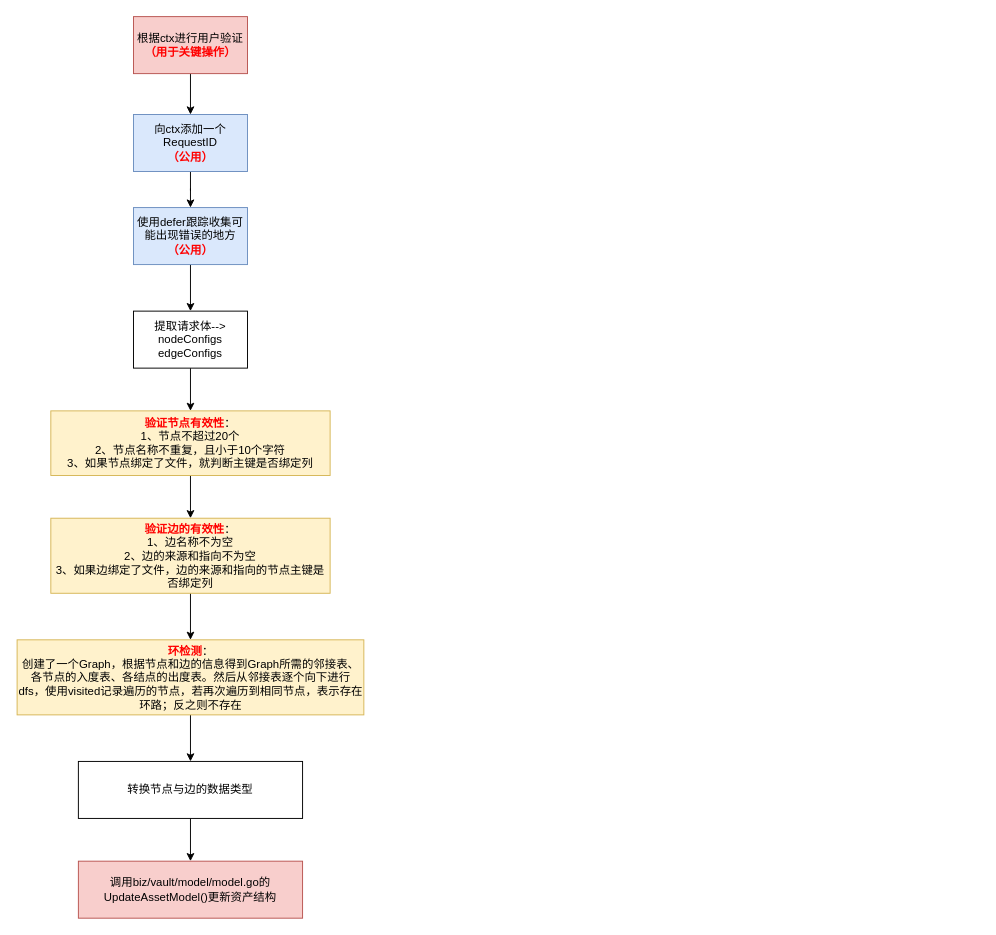
Earlier version of the draw.io diagram easm_caasm.drawio (zecraid/draw_repo). Source tidied: cells renumbered, new cells numbered last; positions are measured from the earlier drawing's top-left corner, leaving out a move shared by most shapes. Both pictures are drawn from the tidied source at 95%, with x=0, y=0 at pixel (16, 16).
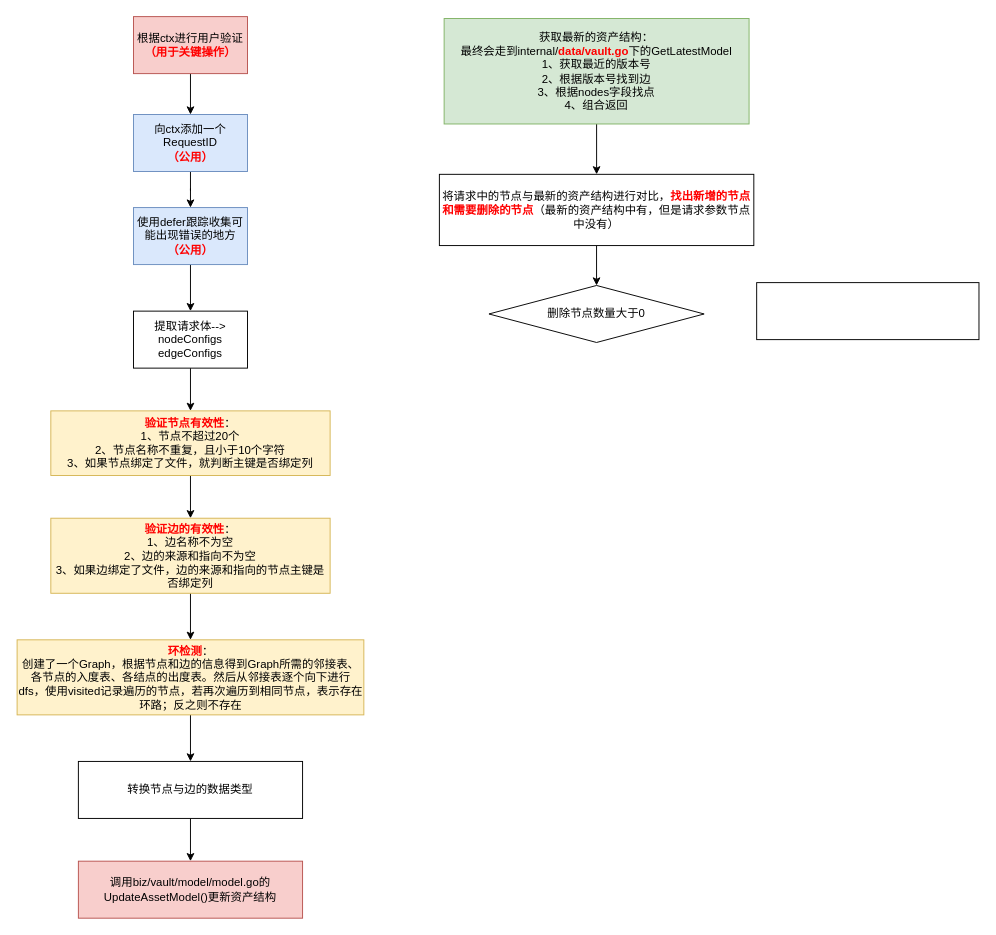
The same diagram, later.

Change to the diagram source:
```diff
@@
+    <mxCell id="19" style="edgeStyle=orthogonalEdgeStyle;rounded=0;jettySize=auto;html=1;entryX=0.5;entryY=0;entryDx=0;entryDy=0;" parent="1" edge="1" source="20" target="22">
+      <mxGeometry relative="1" as="geometry" />
+    </mxCell>
+    <mxCell id="20" value="获取最新的资产结构：&lt;div&gt;最终会走到internal/&lt;b&gt;&lt;font color=&quot;#ff0000&quot;&gt;data/vault.go&lt;/font&gt;&lt;/b&gt;下的&lt;span style=&quot;background-color: initial;&quot;&gt;GetLatestModel&lt;/span&gt;&lt;/div&gt;&lt;div&gt;&lt;span style=&quot;background-color: initial;&quot;&gt;1、获取最近的版本号&lt;/span&gt;&lt;/div&gt;&lt;div&gt;&lt;span style=&quot;background-color: initial;&quot;&gt;2、根据版本号找到边&lt;/span&gt;&lt;/div&gt;&lt;div&gt;&lt;span style=&quot;background-color: initial;&quot;&gt;3、根据nodes字段找点&lt;/span&gt;&lt;/div&gt;&lt;div&gt;&lt;span style=&quot;background-color: initial;&quot;&gt;4、组合返回&lt;/span&gt;&lt;/div&gt;" style="rounded=0;whiteSpace=wrap;html=1;fillColor=#d5e8d4;strokeColor=#82b366;" parent="1" vertex="1">
+      <mxGeometry x="450" y="2" width="321" height="111" as="geometry" />
+    </mxCell>
+    <mxCell id="21" style="edgeStyle=orthogonalEdgeStyle;rounded=0;jettySize=auto;html=1;entryX=0.5;entryY=0;entryDx=0;entryDy=0;" parent="1" edge="1" source="22" target="23">
+      <mxGeometry relative="1" as="geometry" />
+    </mxCell>
+    <mxCell id="22" value="将请求中的节点与最新的资产结构进行对比，&lt;b&gt;&lt;font color=&quot;#ff0000&quot;&gt;找出新增的节点和需要删除的节点&lt;/font&gt;&lt;/b&gt;（最新的资产结构中有，但是请求参数节点中没有）" style="rounded=0;whiteSpace=wrap;html=1;" parent="1" vertex="1">
+      <mxGeometry x="445" y="166" width="331" height="75" as="geometry" />
+    </mxCell>
+    <mxCell id="23" value="删除节点数量大于0" style="rhombus;whiteSpace=wrap;html=1;" parent="1" vertex="1">
+      <mxGeometry x="497.2" y="283" width="226.5" height="60" as="geometry" />
+    </mxCell>
+    <mxCell id="24" style="rounded=0;whiteSpace=wrap;html=1;" parent="1" vertex="1">
+      <mxGeometry x="779" y="280" width="234" height="60" as="geometry" />
+    </mxCell>
```
